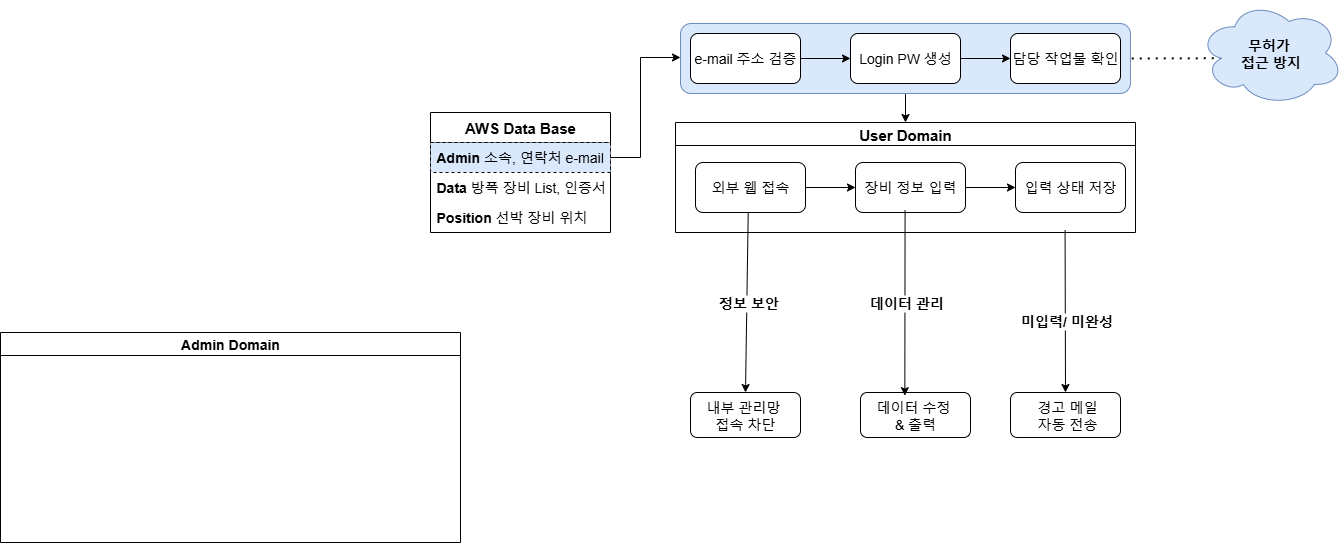
Before: workflow/1013.drawio.png, a diagram exported from draw.io (HD-Jinyeong/my_flask_app). Source tidied: cells renumbered, new cells last; positions are measured from the earlier drawing's top-left corner, leaving out a move shared by most shapes.
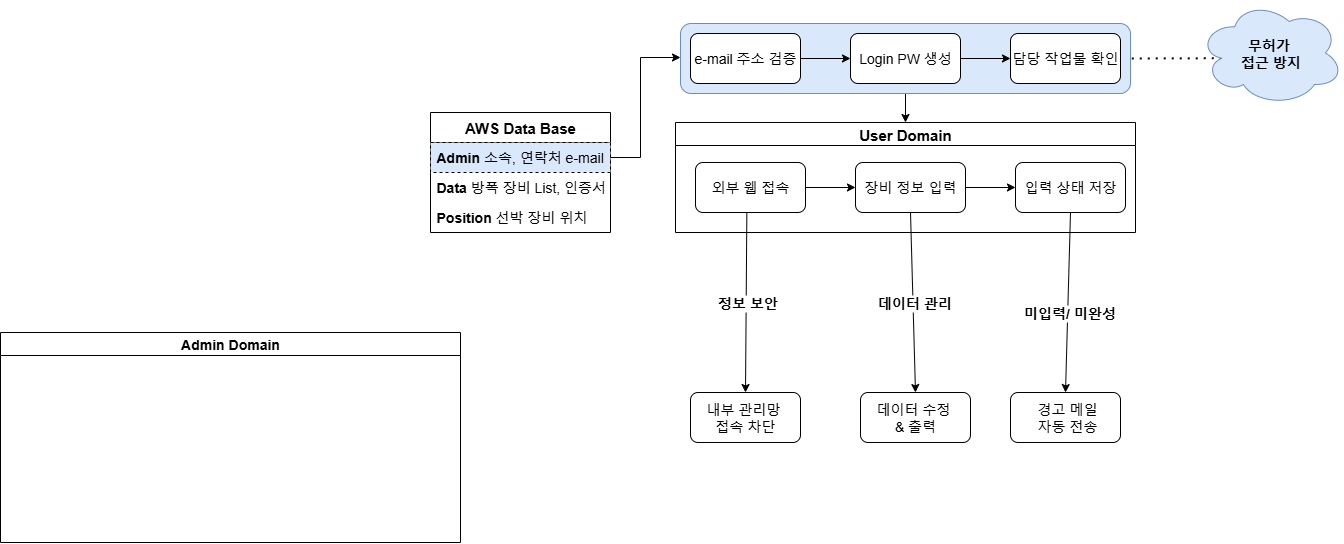
After the change.

The edit, as a diff of the source:
```diff
@@ -49,31 +49,26 @@
     <mxCell id="15" value="&lt;font style=&quot;font-size: 14px;&quot;&gt;Admin Domain&lt;/font&gt;" style="swimlane;whiteSpace=wrap;html=1;" parent="1" vertex="1">
       <mxGeometry y="332" width="460" height="210" as="geometry" />
     </mxCell>
-    <mxCell id="16" style="rounded=0;orthogonalLoop=1;jettySize=auto;html=1;" parent="1" edge="1">
-      <mxGeometry relative="1" as="geometry">
-        <mxPoint x="1064.6" y="229.5" as="sourcePoint" />
-        <mxPoint x="1065" y="392" as="targetPoint" />
-      </mxGeometry>
+    <mxCell id="16" style="rounded=0;jettySize=auto;html=1;exitX=0.5;exitY=1;exitDx=0;exitDy=0;entryX=0.5;entryY=0;entryDx=0;entryDy=0;" parent="1" edge="1" source="11" target="18">
+      <mxGeometry relative="1" as="geometry" />
     </mxCell>
     <mxCell id="17" value="&lt;b&gt;&lt;font style=&quot;font-size: 14px;&quot;&gt;미입력/ 미완성&lt;/font&gt;&lt;/b&gt;" style="edgeLabel;html=1;align=center;verticalAlign=middle;" parent="16" vertex="1">
       <mxGeometry x="0.12" y="1" relative="1" as="geometry" />
     </mxCell>
     <mxCell id="18" value="&lt;font style=&quot;font-size: 14px;&quot;&gt;&amp;nbsp;경고 메일&lt;/font&gt;&lt;div&gt;&lt;font style=&quot;font-size: 14px;&quot;&gt;&amp;nbsp;자동 전송&lt;/font&gt;&lt;/div&gt;" style="whiteSpace=wrap;html=1;rounded=1;" parent="1" vertex="1">
-      <mxGeometry x="1010" y="392" width="110" height="45" as="geometry" />
+      <mxGeometry x="1010" y="392" width="110" height="50" as="geometry" />
     </mxCell>
     <mxCell id="19" value="&lt;font style=&quot;font-size: 14px;&quot;&gt;데이터 수정&amp;nbsp;&lt;/font&gt;&lt;div&gt;&lt;font style=&quot;font-size: 14px;&quot;&gt;&amp;amp; 출력&lt;/font&gt;&lt;/div&gt;" style="whiteSpace=wrap;html=1;rounded=1;" parent="1" vertex="1">
-      <mxGeometry x="860" y="392" width="110" height="45" as="geometry" />
+      <mxGeometry x="860" y="392" width="110" height="50" as="geometry" />
     </mxCell>
     <mxCell id="20" style="edgeStyle=orthogonalEdgeStyle;rounded=0;jettySize=auto;html=1;exitX=0.5;exitY=1;exitDx=0;exitDy=0;" parent="1" edge="1" source="24" target="9">
       <mxGeometry relative="1" as="geometry" />
     </mxCell>
     <mxCell id="21" value="&lt;span style=&quot;font-size: 14px;&quot;&gt;내부 관리망&amp;nbsp;&lt;/span&gt;&lt;div&gt;&lt;span style=&quot;font-size: 14px;&quot;&gt;접속 차단&lt;/span&gt;&lt;/div&gt;" style="whiteSpace=wrap;html=1;rounded=1;" parent="1" vertex="1">
-      <mxGeometry x="690" y="392" width="110" height="45" as="geometry" />
+      <mxGeometry x="690" y="392" width="110" height="50" as="geometry" />
     </mxCell>
-    <mxCell id="22" style="rounded=0;jettySize=auto;html=1;entryX=0.403;entryY=0.07;entryDx=0;entryDy=0;entryPerimeter=0;" parent="1" edge="1" target="19">
-      <mxGeometry relative="1" as="geometry">
-        <mxPoint x="904.6" y="210" as="sourcePoint" />
-      </mxGeometry>
+    <mxCell id="22" style="rounded=0;jettySize=auto;html=1;entryX=0.5;entryY=0;entryDx=0;entryDy=0;exitX=0.5;exitY=1;exitDx=0;exitDy=0;" parent="1" edge="1" source="10" target="19">
+      <mxGeometry relative="1" as="geometry" />
     </mxCell>
     <mxCell id="23" value="&lt;b&gt;&lt;font style=&quot;font-size: 14px;&quot;&gt;데이터 관리&lt;/font&gt;&lt;/b&gt;" style="edgeLabel;html=1;align=center;verticalAlign=middle;" parent="22" vertex="1">
       <mxGeometry x="0.1" y="1" relative="1" as="geometry">
@@ -100,7 +95,7 @@
     </mxCell>
     <mxCell id="30" style="rounded=0;jettySize=auto;html=1;entryX=0.5;entryY=0;entryDx=0;entryDy=0;exitX=0.5;exitY=1;exitDx=0;exitDy=0;" parent="1" edge="1" target="21">
       <mxGeometry relative="1" as="geometry">
-        <mxPoint x="747.7" y="212" as="sourcePoint" />
+        <mxPoint x="746.4" y="212" as="sourcePoint" />
       </mxGeometry>
     </mxCell>
     <mxCell id="31" value="&lt;b&gt;&lt;font style=&quot;font-size: 14px;&quot;&gt;정보 보안&lt;/font&gt;&lt;/b&gt;" style="edgeLabel;html=1;align=center;verticalAlign=middle;" parent="30" vertex="1">
```
